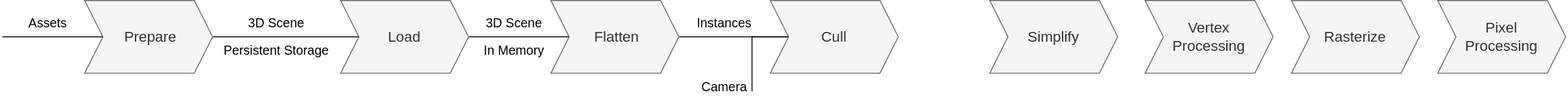
Earlier version of the draw.io export assets/images/Graphics-Pipeline.svg (TheCandidStartup/TheCandidStartup.github.io). Source tidied: cells renumbered, new cells last; positions are measured from the earlier drawing's top-left corner, leaving out a move shared by most shapes. Source of this version:
```xml
<mxGraphModel>
  <root>
    <mxCell id="0" />
    <mxCell id="1" parent="0" />
    <mxCell id="2" style="edgeStyle=orthogonalEdgeStyle;rounded=0;jettySize=auto;html=1;exitX=1;exitY=0.5;exitDx=0;exitDy=0;entryX=0;entryY=0.5;entryDx=0;entryDy=0;fontSize=16;endArrow=none;endFill=0;" parent="1" edge="1" source="4" target="6">
      <mxGeometry relative="1" as="geometry" />
    </mxCell>
    <mxCell id="3" style="edgeStyle=orthogonalEdgeStyle;rounded=0;jettySize=auto;html=1;exitX=0;exitY=0.5;exitDx=0;exitDy=0;fontSize=16;endArrow=none;endFill=0;" parent="1" edge="1" source="4">
      <mxGeometry relative="1" as="geometry">
        <mxPoint y="40" as="targetPoint" />
      </mxGeometry>
    </mxCell>
    <mxCell id="4" value="&lt;span style=&quot;font-size: 16px;&quot;&gt;&amp;nbsp;Prepare&lt;/span&gt;" style="shape=step;perimeter=stepPerimeter;whiteSpace=wrap;html=1;fixedSize=1;fillColor=#f5f5f5;fontColor=#333333;strokeColor=#666666;" parent="1" vertex="1">
      <mxGeometry x="90" width="140" height="80" as="geometry" />
    </mxCell>
    <mxCell id="5" style="edgeStyle=orthogonalEdgeStyle;rounded=0;jettySize=auto;html=1;exitX=1;exitY=0.5;exitDx=0;exitDy=0;entryX=0;entryY=0.5;entryDx=0;entryDy=0;fontSize=14;endArrow=none;endFill=0;" parent="1" edge="1" source="6" target="8">
      <mxGeometry relative="1" as="geometry" />
    </mxCell>
    <mxCell id="6" value="&lt;font style=&quot;font-size: 16px;&quot;&gt;Load&lt;/font&gt;" style="shape=step;perimeter=stepPerimeter;whiteSpace=wrap;html=1;fixedSize=1;fillColor=#f5f5f5;fontColor=#333333;strokeColor=#666666;" parent="1" vertex="1">
      <mxGeometry x="370" width="140" height="80" as="geometry" />
    </mxCell>
    <mxCell id="7" style="edgeStyle=orthogonalEdgeStyle;rounded=0;jettySize=auto;html=1;exitX=1;exitY=0.5;exitDx=0;exitDy=0;fontSize=14;endArrow=none;endFill=0;" parent="1" edge="1" source="8" target="15">
      <mxGeometry relative="1" as="geometry" />
    </mxCell>
    <mxCell id="8" value="&lt;span style=&quot;font-size: 16px;&quot;&gt;&amp;nbsp;Flatten&lt;/span&gt;" style="shape=step;perimeter=stepPerimeter;whiteSpace=wrap;html=1;fixedSize=1;fillColor=#f5f5f5;fontColor=#333333;strokeColor=#666666;" parent="1" vertex="1">
      <mxGeometry x="600" width="140" height="80" as="geometry" />
    </mxCell>
    <mxCell id="9" value="Assets" style="text;html=1;strokeColor=none;fillColor=none;align=center;verticalAlign=middle;whiteSpace=wrap;rounded=0;fontSize=14;" parent="1" vertex="1">
      <mxGeometry x="20" y="10" width="60" height="30" as="geometry" />
    </mxCell>
    <mxCell id="10" value="3D Scene" style="text;html=1;strokeColor=none;fillColor=none;align=center;verticalAlign=middle;whiteSpace=wrap;rounded=0;fontSize=14;spacingBottom=0;" parent="1" vertex="1">
      <mxGeometry x="240" y="10" width="120" height="30" as="geometry" />
    </mxCell>
    <mxCell id="11" value="In Memory" style="text;html=1;strokeColor=none;fillColor=none;align=center;verticalAlign=middle;whiteSpace=wrap;rounded=0;fontSize=14;" parent="1" vertex="1">
      <mxGeometry x="520" y="40" width="80" height="30" as="geometry" />
    </mxCell>
    <mxCell id="12" value="Persistent Storage" style="text;html=1;strokeColor=none;fillColor=none;align=center;verticalAlign=middle;whiteSpace=wrap;rounded=0;fontSize=14;spacingBottom=0;" parent="1" vertex="1">
      <mxGeometry x="240" y="40" width="120" height="30" as="geometry" />
    </mxCell>
    <mxCell id="13" value="3D Scene" style="text;html=1;strokeColor=none;fillColor=none;align=center;verticalAlign=middle;whiteSpace=wrap;rounded=0;fontSize=14;spacingBottom=0;" parent="1" vertex="1">
      <mxGeometry x="515" y="10" width="90" height="30" as="geometry" />
    </mxCell>
    <mxCell id="14" style="edgeStyle=orthogonalEdgeStyle;rounded=0;jettySize=auto;html=1;exitX=0;exitY=0.5;exitDx=0;exitDy=0;fontSize=14;endArrow=none;endFill=0;" parent="1" edge="1" source="15">
      <mxGeometry relative="1" as="geometry">
        <mxPoint x="820" y="100" as="targetPoint" />
      </mxGeometry>
    </mxCell>
    <mxCell id="15" value="&lt;span style=&quot;font-size: 16px;&quot;&gt;Cull&lt;/span&gt;" style="shape=step;perimeter=stepPerimeter;whiteSpace=wrap;html=1;fixedSize=1;fillColor=#f5f5f5;fontColor=#333333;strokeColor=#666666;" parent="1" vertex="1">
      <mxGeometry x="840" width="140" height="80" as="geometry" />
    </mxCell>
    <mxCell id="16" value="Instances" style="text;html=1;strokeColor=none;fillColor=none;align=center;verticalAlign=middle;whiteSpace=wrap;rounded=0;fontSize=14;" parent="1" vertex="1">
      <mxGeometry x="750" y="10" width="80" height="30" as="geometry" />
    </mxCell>
    <mxCell id="17" value="Camera" style="text;html=1;strokeColor=none;fillColor=none;align=center;verticalAlign=middle;whiteSpace=wrap;rounded=0;fontSize=14;" parent="1" vertex="1">
      <mxGeometry x="750" y="80" width="80" height="30" as="geometry" />
    </mxCell>
    <mxCell id="18" value="&lt;span style=&quot;font-size: 16px;&quot;&gt;Simplify&lt;/span&gt;" style="shape=step;perimeter=stepPerimeter;whiteSpace=wrap;html=1;fixedSize=1;fillColor=#f5f5f5;fontColor=#333333;strokeColor=#666666;" parent="1" vertex="1">
      <mxGeometry x="1080" width="140" height="80" as="geometry" />
    </mxCell>
    <mxCell id="19" value="&lt;span style=&quot;font-size: 16px;&quot;&gt;Vertex &lt;br&gt;Processing&lt;/span&gt;" style="shape=step;perimeter=stepPerimeter;whiteSpace=wrap;html=1;fixedSize=1;fillColor=#f5f5f5;fontColor=#333333;strokeColor=#666666;" parent="1" vertex="1">
      <mxGeometry x="1250" width="140" height="80" as="geometry" />
    </mxCell>
    <mxCell id="20" value="&lt;span style=&quot;font-size: 16px;&quot;&gt;Rasterize&lt;/span&gt;" style="shape=step;perimeter=stepPerimeter;whiteSpace=wrap;html=1;fixedSize=1;fillColor=#f5f5f5;fontColor=#333333;strokeColor=#666666;" parent="1" vertex="1">
      <mxGeometry x="1410" width="140" height="80" as="geometry" />
    </mxCell>
    <mxCell id="21" value="&lt;span style=&quot;font-size: 16px;&quot;&gt;Pixel&lt;br&gt;Processing&lt;br&gt;&lt;/span&gt;" style="shape=step;perimeter=stepPerimeter;whiteSpace=wrap;html=1;fixedSize=1;fillColor=#f5f5f5;fontColor=#333333;strokeColor=#666666;" parent="1" vertex="1">
      <mxGeometry x="1570" width="140" height="80" as="geometry" />
    </mxCell>
  </root>
</mxGraphModel>
```
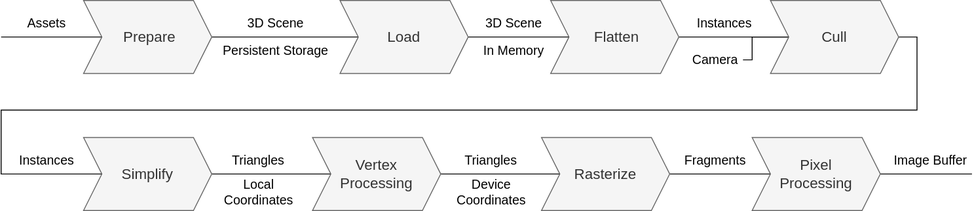
After the change.

The edit, as a diff of the source:
```diff
@@ -40,11 +40,19 @@
     <mxCell id="13" value="3D Scene" style="text;html=1;strokeColor=none;fillColor=none;align=center;verticalAlign=middle;whiteSpace=wrap;rounded=0;fontSize=14;spacingBottom=0;" parent="1" vertex="1">
       <mxGeometry x="515" y="10" width="90" height="30" as="geometry" />
     </mxCell>
-    <mxCell id="14" style="edgeStyle=orthogonalEdgeStyle;rounded=0;jettySize=auto;html=1;exitX=0;exitY=0.5;exitDx=0;exitDy=0;fontSize=14;endArrow=none;endFill=0;" parent="1" edge="1" source="15">
-      <mxGeometry relative="1" as="geometry">
-        <mxPoint x="820" y="100" as="targetPoint" />
-      </mxGeometry>
+    <mxCell id="14" style="edgeStyle=orthogonalEdgeStyle;rounded=0;jettySize=auto;html=1;exitX=0;exitY=0.5;exitDx=0;exitDy=0;fontSize=14;endArrow=none;endFill=0;" parent="1" edge="1" source="15" target="17">
+      <mxGeometry relative="1" as="geometry" />
     </mxCell>
+    <mxCell id="22" style="edgeStyle=orthogonalEdgeStyle;rounded=0;jettySize=auto;html=1;exitX=1;exitY=0.5;exitDx=0;exitDy=0;entryX=0;entryY=0.5;entryDx=0;entryDy=0;fontSize=14;endArrow=none;endFill=0;" parent="1" edge="1" source="15" target="18">
+      <mxGeometry relative="1" as="geometry">
+        <Array as="points">
+          <mxPoint x="1000" y="40" />
+          <mxPoint x="1000" y="120" />
+          <mxPoint y="120" />
+          <mxPoint y="190" />
+        </Array>
+      </mxGeometry>
+    </mxCell>
     <mxCell id="15" value="&lt;span style=&quot;font-size: 16px;&quot;&gt;Cull&lt;/span&gt;" style="shape=step;perimeter=stepPerimeter;whiteSpace=wrap;html=1;fixedSize=1;fillColor=#f5f5f5;fontColor=#333333;strokeColor=#666666;" parent="1" vertex="1">
       <mxGeometry x="840" width="140" height="80" as="geometry" />
     </mxCell>
@@ -52,19 +60,54 @@
       <mxGeometry x="750" y="10" width="80" height="30" as="geometry" />
     </mxCell>
     <mxCell id="17" value="Camera" style="text;html=1;strokeColor=none;fillColor=none;align=center;verticalAlign=middle;whiteSpace=wrap;rounded=0;fontSize=14;" parent="1" vertex="1">
-      <mxGeometry x="750" y="80" width="80" height="30" as="geometry" />
+      <mxGeometry x="750" y="50" width="60" height="30" as="geometry" />
     </mxCell>
+    <mxCell id="23" style="edgeStyle=orthogonalEdgeStyle;rounded=0;jettySize=auto;html=1;exitX=1;exitY=0.5;exitDx=0;exitDy=0;entryX=0;entryY=0.5;entryDx=0;entryDy=0;fontSize=14;endArrow=none;endFill=0;" parent="1" edge="1" source="18" target="19">
+      <mxGeometry relative="1" as="geometry" />
+    </mxCell>
     <mxCell id="18" value="&lt;span style=&quot;font-size: 16px;&quot;&gt;Simplify&lt;/span&gt;" style="shape=step;perimeter=stepPerimeter;whiteSpace=wrap;html=1;fixedSize=1;fillColor=#f5f5f5;fontColor=#333333;strokeColor=#666666;" parent="1" vertex="1">
-      <mxGeometry x="1080" width="140" height="80" as="geometry" />
+      <mxGeometry x="90" y="150" width="140" height="80" as="geometry" />
     </mxCell>
+    <mxCell id="24" style="edgeStyle=orthogonalEdgeStyle;rounded=0;jettySize=auto;html=1;exitX=1;exitY=0.5;exitDx=0;exitDy=0;entryX=0;entryY=0.5;entryDx=0;entryDy=0;fontSize=14;endArrow=none;endFill=0;" parent="1" edge="1" source="19" target="20">
+      <mxGeometry relative="1" as="geometry" />
+    </mxCell>
     <mxCell id="19" value="&lt;span style=&quot;font-size: 16px;&quot;&gt;Vertex &lt;br&gt;Processing&lt;/span&gt;" style="shape=step;perimeter=stepPerimeter;whiteSpace=wrap;html=1;fixedSize=1;fillColor=#f5f5f5;fontColor=#333333;strokeColor=#666666;" parent="1" vertex="1">
-      <mxGeometry x="1250" width="140" height="80" as="geometry" />
+      <mxGeometry x="340" y="150" width="140" height="80" as="geometry" />
     </mxCell>
+    <mxCell id="25" style="edgeStyle=orthogonalEdgeStyle;rounded=0;jettySize=auto;html=1;exitX=1;exitY=0.5;exitDx=0;exitDy=0;entryX=0;entryY=0.5;entryDx=0;entryDy=0;fontSize=14;endArrow=none;endFill=0;" parent="1" edge="1" source="20" target="21">
+      <mxGeometry relative="1" as="geometry" />
+    </mxCell>
     <mxCell id="20" value="&lt;span style=&quot;font-size: 16px;&quot;&gt;Rasterize&lt;/span&gt;" style="shape=step;perimeter=stepPerimeter;whiteSpace=wrap;html=1;fixedSize=1;fillColor=#f5f5f5;fontColor=#333333;strokeColor=#666666;" parent="1" vertex="1">
-      <mxGeometry x="1410" width="140" height="80" as="geometry" />
+      <mxGeometry x="590" y="150" width="140" height="80" as="geometry" />
     </mxCell>
+    <mxCell id="26" style="edgeStyle=orthogonalEdgeStyle;rounded=0;jettySize=auto;html=1;exitX=1;exitY=0.5;exitDx=0;exitDy=0;fontSize=14;endArrow=none;endFill=0;" parent="1" edge="1" source="21">
+      <mxGeometry relative="1" as="geometry">
+        <mxPoint x="1060" y="190" as="targetPoint" />
+      </mxGeometry>
+    </mxCell>
     <mxCell id="21" value="&lt;span style=&quot;font-size: 16px;&quot;&gt;Pixel&lt;br&gt;Processing&lt;br&gt;&lt;/span&gt;" style="shape=step;perimeter=stepPerimeter;whiteSpace=wrap;html=1;fixedSize=1;fillColor=#f5f5f5;fontColor=#333333;strokeColor=#666666;" parent="1" vertex="1">
-      <mxGeometry x="1570" width="140" height="80" as="geometry" />
+      <mxGeometry x="820" y="150" width="140" height="80" as="geometry" />
     </mxCell>
+    <mxCell id="27" value="Local&lt;br&gt;Coordinates" style="text;html=1;strokeColor=none;fillColor=none;align=center;verticalAlign=middle;whiteSpace=wrap;rounded=0;fontSize=14;spacingBottom=0;" parent="1" vertex="1">
+      <mxGeometry x="240" y="190" width="82.5" height="40" as="geometry" />
+    </mxCell>
+    <mxCell id="28" value="Triangles" style="text;html=1;strokeColor=none;fillColor=none;align=center;verticalAlign=middle;whiteSpace=wrap;rounded=0;fontSize=14;spacingBottom=0;" parent="1" vertex="1">
+      <mxGeometry x="246.2" y="160" width="70" height="30" as="geometry" />
+    </mxCell>
+    <mxCell id="29" value="Triangles" style="text;html=1;strokeColor=none;fillColor=none;align=center;verticalAlign=middle;whiteSpace=wrap;rounded=0;fontSize=14;spacingBottom=0;" parent="1" vertex="1">
+      <mxGeometry x="500" y="160" width="70" height="30" as="geometry" />
+    </mxCell>
+    <mxCell id="30" value="Device&lt;br&gt;Coordinates" style="text;html=1;strokeColor=none;fillColor=none;align=center;verticalAlign=middle;whiteSpace=wrap;rounded=0;fontSize=14;spacingBottom=0;" parent="1" vertex="1">
+      <mxGeometry x="492.5" y="190" width="85" height="40" as="geometry" />
+    </mxCell>
+    <mxCell id="31" value="Fragments" style="text;html=1;strokeColor=none;fillColor=none;align=center;verticalAlign=middle;whiteSpace=wrap;rounded=0;fontSize=14;spacingBottom=0;" parent="1" vertex="1">
+      <mxGeometry x="745" y="160" width="70" height="30" as="geometry" />
+    </mxCell>
+    <mxCell id="32" value="Image Buffer" style="text;html=1;strokeColor=none;fillColor=none;align=center;verticalAlign=middle;whiteSpace=wrap;rounded=0;fontSize=14;spacingBottom=0;" parent="1" vertex="1">
+      <mxGeometry x="970" y="160" width="90" height="30" as="geometry" />
+    </mxCell>
+    <mxCell id="33" value="Instances" style="text;html=1;strokeColor=none;fillColor=none;align=center;verticalAlign=middle;whiteSpace=wrap;rounded=0;fontSize=14;" parent="1" vertex="1">
+      <mxGeometry x="10" y="160" width="80" height="30" as="geometry" />
+    </mxCell>
   </root>
 </mxGraphModel>
```
